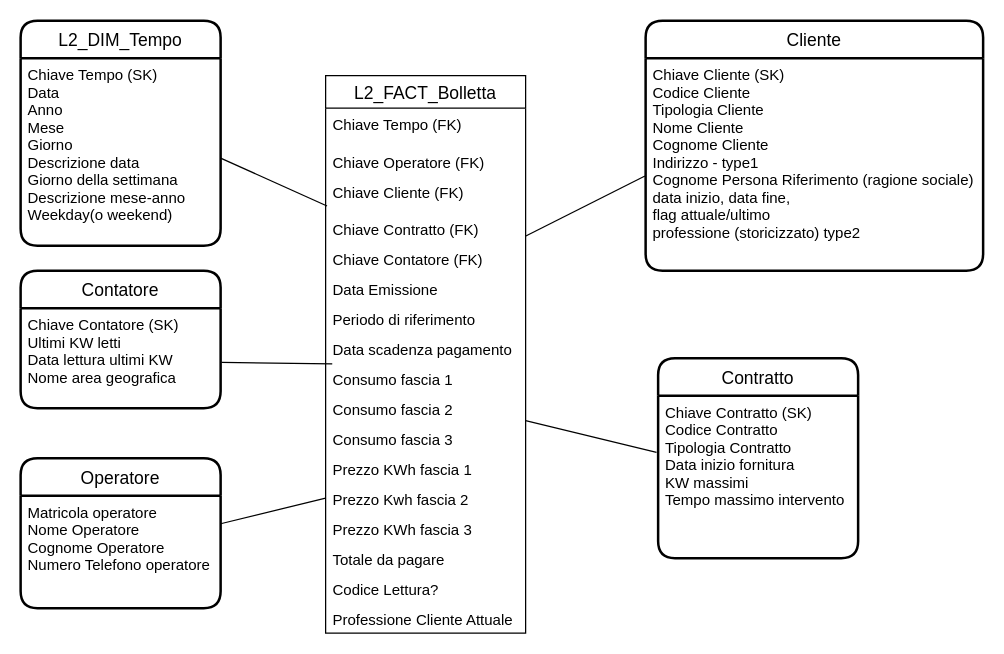
Above: page "Copy of Pagina-2" (3 of 3) of ER Diagram minimal.drawio in chaitanya0498/DE (draw.io), before the change. Source tidied: cells renumbered, new cells numbered last; positions are measured from the earlier drawing's top-left corner, leaving out a move shared by most shapes. Both pictures are drawn from the tidied source at 125%, with x=0, y=0 at pixel (20, 20).
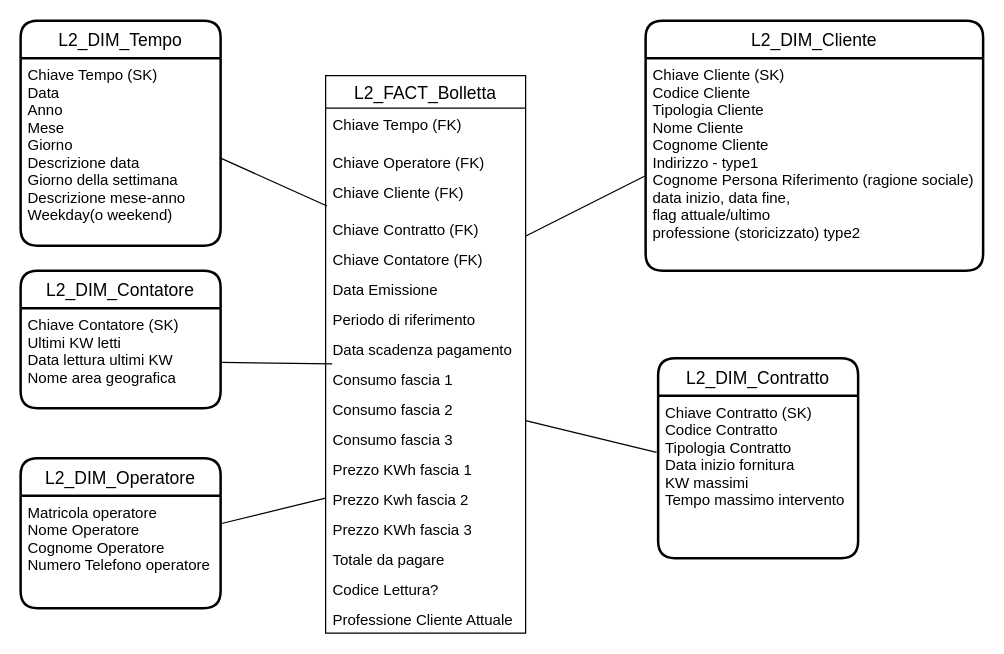
The same page after the edit.

Change to the diagram source:
```diff
@@
-    <mxCell id="23" value="Cliente" style="swimlane;horizontal=1;startSize=30;rounded=1;fontSize=14;fontStyle=0;strokeWidth=2;shadow=0;dashed=0;align=center;" parent="1" vertex="1">
+    <mxCell id="23" value="L2_DIM_Cliente" style="swimlane;horizontal=1;startSize=30;rounded=1;fontSize=14;fontStyle=0;strokeWidth=2;shadow=0;dashed=0;align=center;" parent="1" vertex="1">
       <mxGeometry x="500" width="270" height="200" as="geometry" />
     </mxCell>
@@
-    <mxCell id="26" value="Contratto" style="swimlane;horizontal=1;startSize=30;rounded=1;fontSize=14;fontStyle=0;strokeWidth=2;shadow=0;dashed=0;align=center;" parent="1" vertex="1">
+    <mxCell id="26" value="L2_DIM_Contratto" style="swimlane;horizontal=1;startSize=30;rounded=1;fontSize=14;fontStyle=0;strokeWidth=2;shadow=0;dashed=0;align=center;" parent="1" vertex="1">
       <mxGeometry x="510" y="270" width="160" height="160" as="geometry" />
     </mxCell>
@@
-    <mxCell id="29" value="Contatore" style="swimlane;horizontal=1;startSize=30;rounded=1;fontSize=14;fontStyle=0;strokeWidth=2;shadow=0;dashed=0;align=center;" parent="1" vertex="1">
+    <mxCell id="29" value="L2_DIM_Contatore" style="swimlane;horizontal=1;startSize=30;rounded=1;fontSize=14;fontStyle=0;strokeWidth=2;shadow=0;dashed=0;align=center;" parent="1" vertex="1">
       <mxGeometry y="200" width="160" height="110" as="geometry" />
     </mxCell>
@@
-    <mxCell id="32" value="Operatore" style="swimlane;horizontal=1;startSize=30;rounded=1;fontSize=14;fontStyle=0;strokeWidth=2;shadow=0;dashed=0;align=center;" parent="1" vertex="1">
+    <mxCell id="32" value="L2_DIM_Operatore" style="swimlane;horizontal=1;startSize=30;rounded=1;fontSize=14;fontStyle=0;strokeWidth=2;shadow=0;dashed=0;align=center;" parent="1" vertex="1">
       <mxGeometry y="350" width="160" height="120" as="geometry" />
     </mxCell>
```
